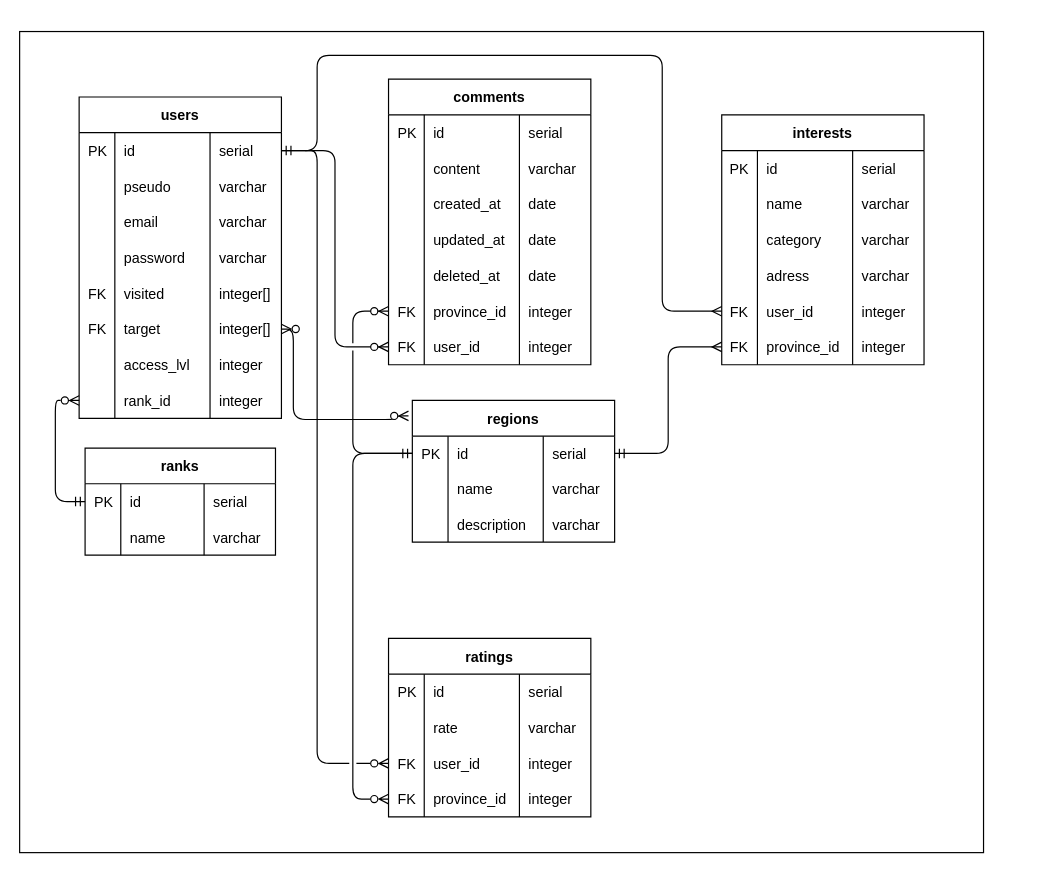
Above: conception/ERD.drawio in kevinbatard/japan_back (draw.io), before the change. Source tidied: cells renumbered, new cells numbered last; positions are measured from the earlier drawing's top-left corner, leaving out a move shared by most shapes. Both pictures are drawn from the tidied source at 119%, with x=0, y=0 at pixel (19, 31).
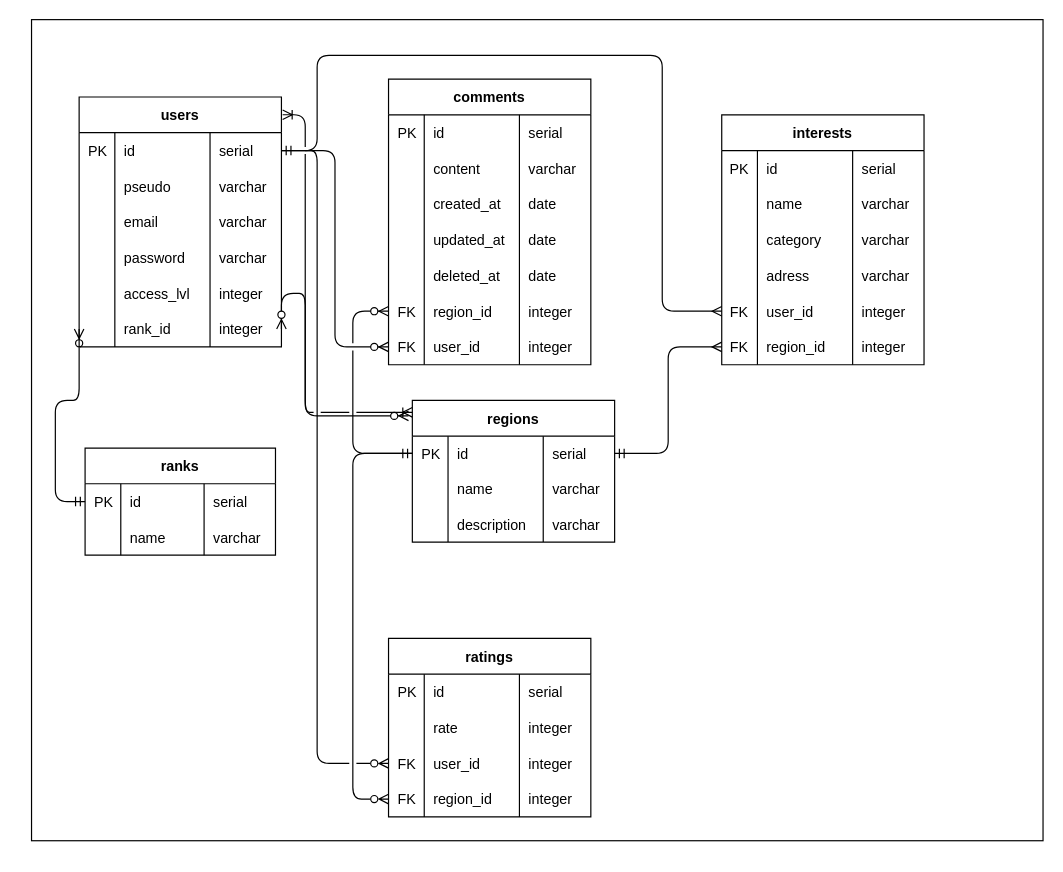
The same diagram, later.

The change refers to these unchanged cells:
```xml
<mxCell id="36" value="regions" style="shape=table;startSize=30;childLayout=tableLayout;rowLines=0;fontStyle=1;align=center;" parent="1" vertex="1">
  <mxGeometry x="330" y="310" width="170" height="119" as="geometry" />
</mxCell>
<mxCell id="54" style="shape=tableRow;horizontal=0;startSize=0;swimlaneHead=0;swimlaneBody=0;fillColor=none;top=0;left=0;right=0;bottom=0;" parent="49" vertex="1">
  <mxGeometry y="60" width="170" height="30" as="geometry" />
</mxCell>
<mxCell id="62" style="shape=tableRow;horizontal=0;startSize=0;swimlaneHead=0;swimlaneBody=0;fillColor=none;points=[[0,0.5],[1,0.5]];portConstraint=eastwest;top=0;left=0;right=0;bottom=0;" parent="49" vertex="1">
  <mxGeometry y="120" width="170" height="30" as="geometry" />
</mxCell>
<mxCell id="87" style="shape=tableRow;horizontal=0;startSize=0;swimlaneHead=0;swimlaneBody=0;fillColor=none;points=[[0,0.5],[1,0.5]];portConstraint=eastwest;top=0;left=0;right=0;bottom=0;" parent="66" vertex="1">
  <mxGeometry y="180" width="170" height="30" as="geometry" />
</mxCell>
<mxCell id="129" style="shape=tableRow;horizontal=0;startSize=0;swimlaneHead=0;swimlaneBody=0;fillColor=none;points=[[0,0.5],[1,0.5]];portConstraint=eastwest;top=0;left=0;right=0;bottom=0;" parent="108" vertex="1">
  <mxGeometry y="180" width="170" height="30" as="geometry" />
</mxCell>
```

The edit, as a diff of the source:
```diff
@@
     <mxCell id="2" style="rounded=0;whiteSpace=wrap;html=1;" parent="1" vertex="1">
-      <mxGeometry width="810" height="690" as="geometry" />
+      <mxGeometry x="10" y="-10" width="850" height="690" as="geometry" />
     </mxCell>
     <mxCell id="3" value="users" style="shape=table;startSize=30;childLayout=tableLayout;rowLines=0;fontStyle=1;align=center;" parent="1" vertex="1">
-      <mxGeometry x="50" y="55" width="170" height="270" as="geometry" />
+      <mxGeometry x="50" y="55" width="170" height="210" as="geometry" />
     </mxCell>
@@
-    <mxCell id="20" style="shape=tableRow;horizontal=0;startSize=0;swimlaneHead=0;swimlaneBody=0;fillColor=none;top=0;left=0;right=0;bottom=0;" parent="3" vertex="1">
-      <mxGeometry y="150" width="170" height="30" as="geometry" />
-    </mxCell>
-    <mxCell id="21" value="FK" style="shape=partialRectangle;fillColor=none;top=0;left=0;bottom=0;right=0;align=left;spacingLeft=6;overflow=hidden;" parent="20" vertex="1">
-      <mxGeometry width="30" height="30" as="geometry" />
-    </mxCell>
-    <mxCell id="22" value="visited" style="shape=partialRectangle;fillColor=none;top=0;left=0;bottom=0;right=0;align=left;spacingLeft=6;overflow=hidden;" parent="20" vertex="1">
-      <mxGeometry x="30" width="80" height="30" as="geometry" />
-    </mxCell>
-    <mxCell id="23" value="integer[]" style="shape=partialRectangle;fillColor=none;top=0;left=0;bottom=0;right=0;align=left;spacingLeft=6;overflow=hidden;" parent="20" vertex="1">
-      <mxGeometry x="110" width="60" height="30" as="geometry" />
-    </mxCell>
-    <mxCell id="24" style="shape=tableRow;horizontal=0;startSize=0;swimlaneHead=0;swimlaneBody=0;fillColor=none;top=0;left=0;right=0;bottom=0;" parent="3" vertex="1">
-      <mxGeometry y="180" width="170" height="30" as="geometry" />
-    </mxCell>
-    <mxCell id="25" value="FK" style="shape=partialRectangle;fillColor=none;top=0;left=0;bottom=0;right=0;align=left;spacingLeft=6;overflow=hidden;" parent="24" vertex="1">
-      <mxGeometry width="30" height="30" as="geometry" />
-    </mxCell>
-    <mxCell id="26" value="target" style="shape=partialRectangle;fillColor=none;top=0;left=0;bottom=0;right=0;align=left;spacingLeft=6;overflow=hidden;" parent="24" vertex="1">
-      <mxGeometry x="30" width="80" height="30" as="geometry" />
-    </mxCell>
-    <mxCell id="27" value="integer[]" style="shape=partialRectangle;fillColor=none;top=0;left=0;bottom=0;right=0;align=left;spacingLeft=6;overflow=hidden;" parent="24" vertex="1">
-      <mxGeometry x="110" width="60" height="30" as="geometry" />
-    </mxCell>
     <mxCell id="28" style="shape=tableRow;horizontal=0;startSize=0;swimlaneHead=0;swimlaneBody=0;fillColor=none;top=0;left=0;right=0;bottom=0;" parent="3" vertex="1">
-      <mxGeometry y="210" width="170" height="30" as="geometry" />
+      <mxGeometry y="150" width="170" height="30" as="geometry" />
     </mxCell>
@@
     <mxCell id="32" style="shape=tableRow;horizontal=0;startSize=0;swimlaneHead=0;swimlaneBody=0;fillColor=none;points=[[0,0.5],[1,0.5]];portConstraint=eastwest;top=0;left=0;right=0;bottom=0;" parent="3" vertex="1">
-      <mxGeometry y="240" width="170" height="30" as="geometry" />
+      <mxGeometry y="180" width="170" height="30" as="geometry" />
     </mxCell>
@@
-    <mxCell id="57" value="varchar" style="shape=partialRectangle;fillColor=none;top=0;left=0;bottom=0;right=0;align=left;spacingLeft=6;overflow=hidden;" parent="54" vertex="1">
+    <mxCell id="57" value="integer" style="shape=partialRectangle;fillColor=none;top=0;left=0;bottom=0;right=0;align=left;spacingLeft=6;overflow=hidden;" parent="54" vertex="1">
       <mxGeometry x="110" width="60" height="30" as="geometry" />
     </mxCell>
@@
-    <mxCell id="64" value="province_id" style="shape=partialRectangle;fillColor=none;top=0;left=0;bottom=0;right=0;align=left;spacingLeft=6;overflow=hidden;" parent="62" vertex="1">
+    <mxCell id="64" value="region_id" style="shape=partialRectangle;fillColor=none;top=0;left=0;bottom=0;right=0;align=left;spacingLeft=6;overflow=hidden;" parent="62" vertex="1">
       <mxGeometry x="30" width="80" height="30" as="geometry" />
     </mxCell>
@@
-    <mxCell id="89" value="province_id" style="shape=partialRectangle;fillColor=none;top=0;left=0;bottom=0;right=0;align=left;spacingLeft=6;overflow=hidden;" parent="87" vertex="1">
+    <mxCell id="89" value="region_id" style="shape=partialRectangle;fillColor=none;top=0;left=0;bottom=0;right=0;align=left;spacingLeft=6;overflow=hidden;" parent="87" vertex="1">
       <mxGeometry x="30" width="80" height="30" as="geometry" />
     </mxCell>
@@
-    <mxCell id="131" value="province_id" style="shape=partialRectangle;fillColor=none;top=0;left=0;bottom=0;right=0;align=left;spacingLeft=6;overflow=hidden;" parent="129" vertex="1">
+    <mxCell id="131" value="region_id" style="shape=partialRectangle;fillColor=none;top=0;left=0;bottom=0;right=0;align=left;spacingLeft=6;overflow=hidden;" parent="129" vertex="1">
       <mxGeometry x="30" width="80" height="30" as="geometry" />
     </mxCell>
@@
-    <mxCell id="134" style="edgeStyle=orthogonalEdgeStyle;fontSize=12;html=1;endArrow=ERzeroToMany;endFill=1;startArrow=ERzeroToMany;entryX=-0.019;entryY=0.109;entryDx=0;entryDy=0;entryPerimeter=0;" parent="1" edge="1" target="36">
+    <mxCell id="134" style="edgeStyle=orthogonalEdgeStyle;fontSize=12;html=1;endArrow=ERzeroToMany;endFill=1;startArrow=ERzeroToMany;entryX=-0.019;entryY=0.109;entryDx=0;entryDy=0;entryPerimeter=0;exitX=1;exitY=0.5;exitDx=0;exitDy=0;" parent="1" edge="1" target="36">
       <mxGeometry relative="1" as="geometry">
         <mxPoint x="220" y="250" as="sourcePoint" />
         <Array as="points">
-          <mxPoint x="230" y="250" />
-          <mxPoint x="230" y="326" />
-          <mxPoint x="317" y="326" />
+          <mxPoint x="240" y="220" />
+          <mxPoint x="240" y="323" />
         </Array>
       </mxGeometry>
     </mxCell>
@@
+    <mxCell id="137" style="edgeStyle=orthogonalEdgeStyle;fontSize=12;html=1;endArrow=ERoneToMany;startArrow=ERoneToMany;exitX=1.006;exitY=0.071;exitDx=0;exitDy=0;exitPerimeter=0;jumpStyle=gap;" parent="1" edge="1" source="3">
+      <mxGeometry relative="1" as="geometry">
+        <mxPoint x="330" y="320" as="targetPoint" />
+        <Array as="points">
+          <mxPoint x="240" y="70" />
+          <mxPoint x="240" y="320" />
+          <mxPoint x="330" y="320" />
+        </Array>
+      </mxGeometry>
+    </mxCell>
```
